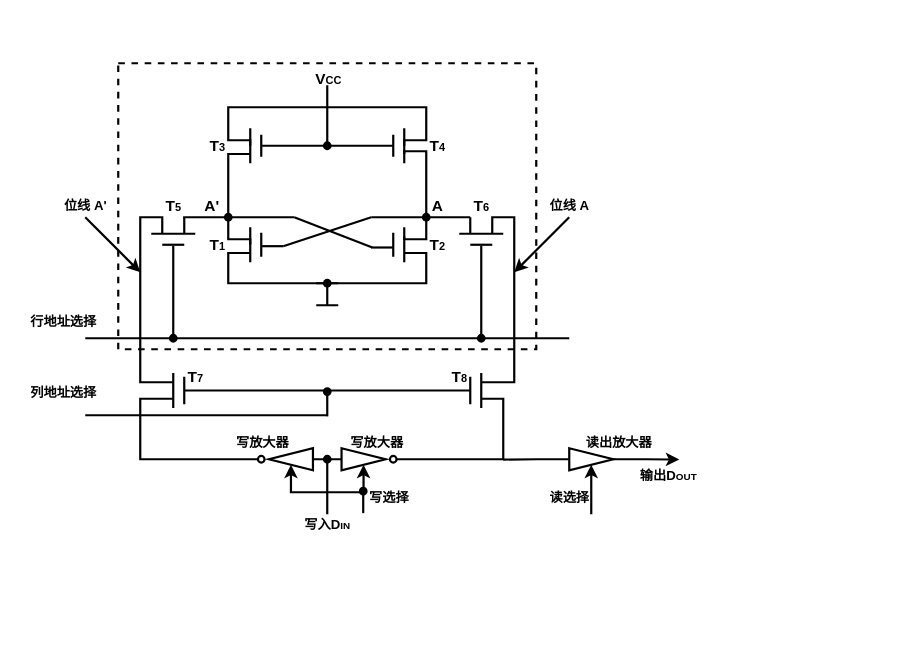
This is page "静态RAM的基本单元电路" (17 of 19) of draw_workspace/计算机组成原理.drawio from creatern/NoteBook, a draw.io file, before an edit. Source tidied: cells renumbered, new cells numbered last; positions are measured from the earlier drawing's top-left corner, leaving out a move shared by most shapes. Both pictures are drawn from the tidied source at 110%, with x=0, y=0 at pixel (19, 62).
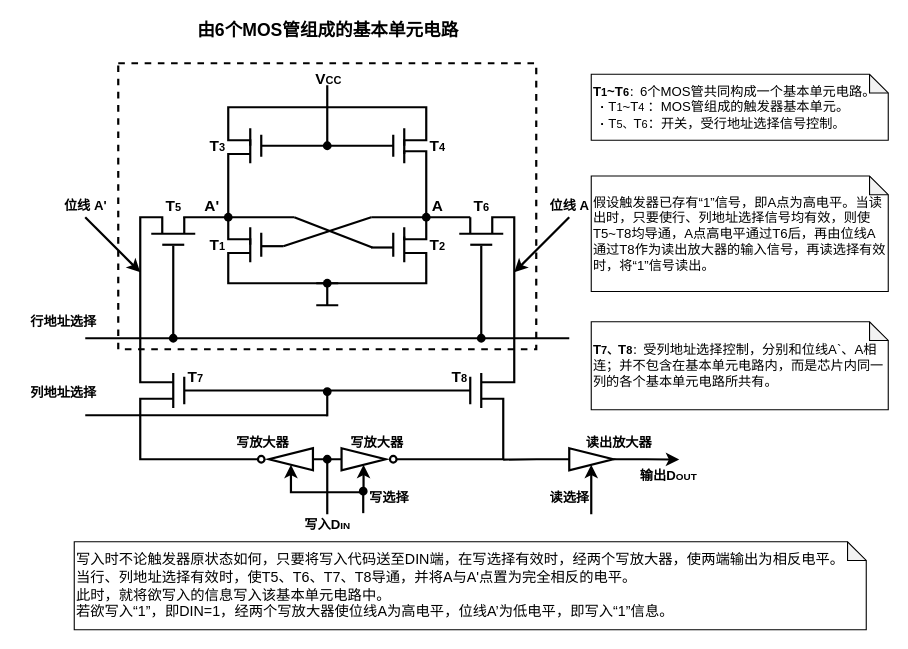
Above is the later version.

Diff of the diagram source:
```diff
@@
+    <mxCell id="75" value="&lt;b&gt;T&lt;font style=&quot;font-size: 10px;&quot;&gt;1&lt;/font&gt;~T&lt;/b&gt;&lt;font style=&quot;font-size: 10px;&quot;&gt;&lt;b&gt;6&lt;/b&gt;：&lt;/font&gt;&lt;font style=&quot;font-size: 12px;&quot;&gt;6个MOS管共同构成一个基本单元电路。&lt;/font&gt;&lt;br&gt;&amp;nbsp; &lt;b&gt;·&lt;/b&gt; T&lt;font style=&quot;font-size: 10px;&quot;&gt;1&lt;/font&gt;~T&lt;font style=&quot;font-size: 10px;&quot;&gt;4&amp;nbsp;&lt;/font&gt;&lt;font style=&quot;font-size: 12px;&quot;&gt;：&lt;/font&gt;&lt;font style=&quot;&quot;&gt;&lt;font style=&quot;font-size: 12px;&quot;&gt;MOS管组成的触发器基本单元。&lt;/font&gt;&lt;br&gt;&lt;font style=&quot;font-size: 12px;&quot;&gt;&amp;nbsp; &lt;b&gt;·&lt;/b&gt; T&lt;/font&gt;&lt;span style=&quot;font-size: 10px;&quot;&gt;5、&lt;/span&gt;&lt;font style=&quot;font-size: 12px;&quot;&gt;T&lt;/font&gt;&lt;font style=&quot;font-size: 10px;&quot;&gt;6&lt;/font&gt;&lt;font style=&quot;font-size: 12px;&quot;&gt;：&lt;/font&gt;&lt;font style=&quot;font-size: 11px;&quot;&gt;&lt;font style=&quot;font-size: 12px;&quot;&gt;开关，受行地址选择信号控制&lt;/font&gt;&lt;span style=&quot;font-size: 11px;&quot;&gt;。&lt;/span&gt;&lt;/font&gt;&lt;br&gt;&lt;/font&gt;" style="shape=note;whiteSpace=wrap;html=1;backgroundOutline=1;darkOpacity=0.05;size=17;align=left;" parent="1" vertex="1">
+      <mxGeometry x="520" y="11" width="270" height="60" as="geometry" />
+    </mxCell>
+    <mxCell id="76" value="&lt;b&gt;&lt;font style=&quot;font-size: 16px;&quot;&gt;由6个MOS管组成的基本单元电路&lt;/font&gt;&lt;/b&gt;" style="text;html=1;strokeColor=none;fillColor=none;align=center;verticalAlign=middle;whiteSpace=wrap;rounded=0;" parent="1" vertex="1">
+      <mxGeometry x="156" y="-39" width="250" height="20" as="geometry" />
+    </mxCell>
+    <mxCell id="77" value="&lt;b&gt;T&lt;font style=&quot;font-size: 10px;&quot;&gt;7、&lt;/font&gt;T&lt;font style=&quot;font-size: 10px;&quot;&gt;8&lt;/font&gt;&lt;/b&gt;&lt;font style=&quot;font-size: 10px;&quot;&gt;：&lt;/font&gt;&lt;font style=&quot;font-size: 12px;&quot;&gt;受列地址选择控制，分别和位线A`、A相连；并不包含在基本单元电路内，而是芯片内同一列的各个基本单元电路所共有。&lt;/font&gt;&lt;font style=&quot;&quot;&gt;&lt;br&gt;&lt;/font&gt;" style="shape=note;whiteSpace=wrap;html=1;backgroundOutline=1;darkOpacity=0.05;size=17;align=left;" parent="1" vertex="1">
+      <mxGeometry x="520" y="236" width="270" height="80" as="geometry" />
+    </mxCell>
+    <mxCell id="78" value="&lt;font style=&quot;&quot;&gt;假设触发器已存有“1”信号，即A点为高电平。当读出时，只要使行、列地址选择信号均有效，则使T5~T8均导通，A点高电平通过T6后，再由位线A通过T8作为读出放大器的输入信号，再读选择有效时，将“1”信号读出。&lt;br&gt;&lt;/font&gt;" style="shape=note;whiteSpace=wrap;html=1;backgroundOutline=1;darkOpacity=0.05;size=17;align=left;" parent="1" vertex="1">
+      <mxGeometry x="520" y="103.5" width="270" height="105" as="geometry" />
+    </mxCell>
+    <mxCell id="79" value="&lt;font style=&quot;font-size: 13px;&quot;&gt;&lt;span style=&quot;&quot;&gt;写入时不论触发器原状态如何，只要将写入代码送至D&lt;/span&gt;&lt;font style=&quot;font-size: 13px;&quot;&gt;IN&lt;/font&gt;&lt;font style=&quot;font-size: 13px;&quot;&gt;端，在写选择有效时，经两个写放大器，使两端输出为相反电平。&lt;br&gt;当行、列地址选择有效时，使T5、T6、T7、T8导通，并将A与A'点置为完全相反的电平。&lt;br&gt;此时，就将欲写入的信息写入该基本单元电路中。&lt;br&gt;&lt;/font&gt;&lt;span style=&quot;&quot;&gt;若欲写入“1”，即D&lt;/span&gt;&lt;font style=&quot;font-size: 13px;&quot;&gt;IN&lt;/font&gt;&lt;span style=&quot;&quot;&gt;=1，经两个写放大器使位线A为高电平，位线A’为低电平，即写入“1”信息。&lt;/span&gt;&lt;br&gt;&lt;/font&gt;" style="shape=note;whiteSpace=wrap;html=1;backgroundOutline=1;darkOpacity=0.05;size=17;align=left;" parent="1" vertex="1">
+      <mxGeometry x="50" y="436" width="720" height="80" as="geometry" />
+    </mxCell>
```
